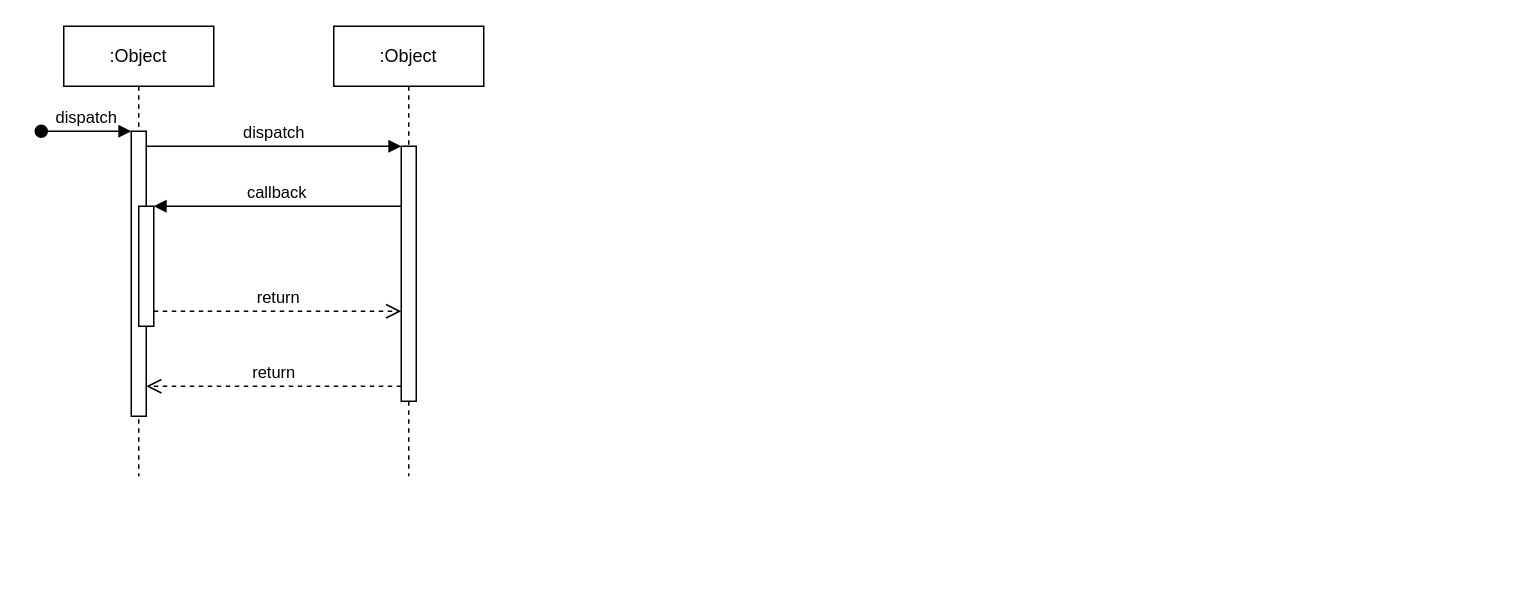
Earlier version of the draw.io diagram Diagrama.drawio (Claudinei-RDC/Ti). Source tidied: cells renumbered, new cells numbered last; positions are measured from the earlier drawing's top-left corner, leaving out a move shared by most shapes. Both pictures are drawn from the tidied source at 150%, with x=0, y=0 at pixel (40, 26).
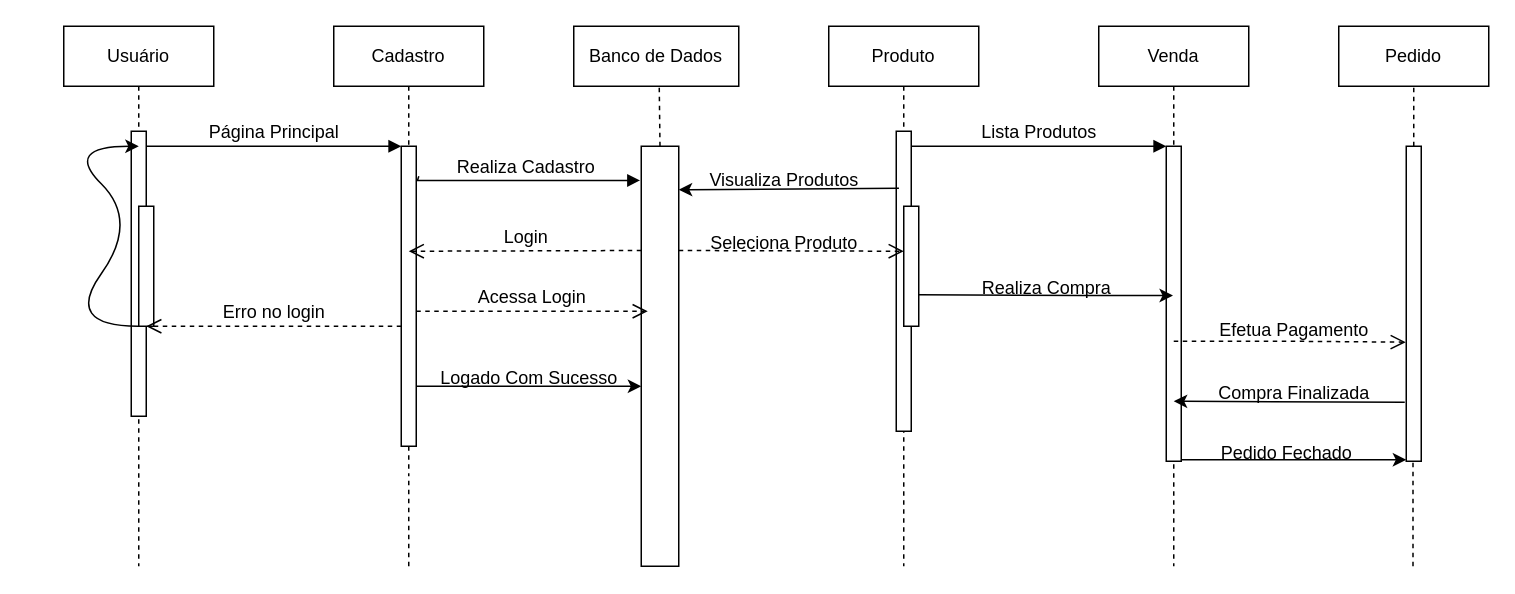
Above is the later version.

The change refers to these unchanged cells:
```xml
<mxCell id="3" style="html=1;points=[];perimeter=orthogonalPerimeter;outlineConnect=0;targetShapes=umlLifeline;portConstraint=eastwest;newEdgeStyle={&quot;edgeStyle&quot;:&quot;elbowEdgeStyle&quot;,&quot;elbow&quot;:&quot;vertical&quot;,&quot;curved&quot;:0,&quot;rounded&quot;:0};" parent="2" vertex="1">
  <mxGeometry x="45" y="70" width="10" height="190" as="geometry" />
</mxCell>
<mxCell id="5" style="html=1;points=[];perimeter=orthogonalPerimeter;outlineConnect=0;targetShapes=umlLifeline;portConstraint=eastwest;newEdgeStyle={&quot;edgeStyle&quot;:&quot;elbowEdgeStyle&quot;,&quot;elbow&quot;:&quot;vertical&quot;,&quot;curved&quot;:0,&quot;rounded&quot;:0};" parent="2" vertex="1">
  <mxGeometry x="50" y="120" width="10" height="80" as="geometry" />
</mxCell>
```

Change to the diagram source:
```diff
@@
-    <mxCell id="2" value=":Object" style="shape=umlLifeline;perimeter=lifelinePerimeter;whiteSpace=wrap;html=1;outlineConnect=0;portConstraint=eastwest;newEdgeStyle={&quot;edgeStyle&quot;:&quot;elbowEdgeStyle&quot;,&quot;elbow&quot;:&quot;vertical&quot;,&quot;curved&quot;:0,&quot;rounded&quot;:0};" parent="1" vertex="1">
-      <mxGeometry x="15" width="100" height="300" as="geometry" />
+    <mxCell id="2" value="Usuário" style="shape=umlLifeline;perimeter=lifelinePerimeter;whiteSpace=wrap;html=1;outlineConnect=0;portConstraint=eastwest;newEdgeStyle={&quot;edgeStyle&quot;:&quot;elbowEdgeStyle&quot;,&quot;elbow&quot;:&quot;vertical&quot;,&quot;curved&quot;:0,&quot;rounded&quot;:0};" parent="1" vertex="1">
+      <mxGeometry x="15" width="100" height="360" as="geometry" />
     </mxCell>
@@
-    <mxCell id="4" value="dispatch" style="html=1;verticalAlign=bottom;startArrow=oval;endArrow=block;startSize=8;edgeStyle=elbowEdgeStyle;elbow=vertical;curved=0;rounded=0;" parent="2" edge="1" target="3">
-      <mxGeometry relative="1" as="geometry">
-        <mxPoint x="-15" y="70" as="sourcePoint" />
-      </mxGeometry>
-    </mxCell>
@@
-    <mxCell id="6" value=":Object" style="shape=umlLifeline;perimeter=lifelinePerimeter;whiteSpace=wrap;html=1;newEdgeStyle={&quot;edgeStyle&quot;:&quot;elbowEdgeStyle&quot;,&quot;elbow&quot;:&quot;vertical&quot;,&quot;curved&quot;:0,&quot;rounded&quot;:0};" parent="1" vertex="1">
+    <mxCell id="6" value="Cadastro" style="shape=umlLifeline;perimeter=lifelinePerimeter;whiteSpace=wrap;html=1;newEdgeStyle={&quot;edgeStyle&quot;:&quot;elbowEdgeStyle&quot;,&quot;elbow&quot;:&quot;vertical&quot;,&quot;curved&quot;:0,&quot;rounded&quot;:0};" parent="1" vertex="1">
       <mxGeometry x="195" width="100" height="300" as="geometry" />
     </mxCell>
     <mxCell id="7" style="html=1;points=[];perimeter=orthogonalPerimeter;outlineConnect=0;targetShapes=umlLifeline;portConstraint=eastwest;newEdgeStyle={&quot;edgeStyle&quot;:&quot;elbowEdgeStyle&quot;,&quot;elbow&quot;:&quot;vertical&quot;,&quot;curved&quot;:0,&quot;rounded&quot;:0};" parent="6" vertex="1">
-      <mxGeometry x="45" y="80" width="10" height="170" as="geometry" />
+      <mxGeometry x="45" y="80" width="10" height="200" as="geometry" />
     </mxCell>
-    <mxCell id="8" value="dispatch" style="html=1;verticalAlign=bottom;endArrow=block;edgeStyle=elbowEdgeStyle;elbow=vertical;curved=0;rounded=0;" parent="1" edge="1" source="3" target="7">
+    <mxCell id="8" value="&lt;font style=&quot;vertical-align: inherit; font-size: 12px;&quot;&gt;Página Principal&lt;/font&gt;" style="html=1;verticalAlign=bottom;endArrow=block;edgeStyle=elbowEdgeStyle;elbow=vertical;curved=0;rounded=0;" parent="1" edge="1" source="3" target="7">
       <mxGeometry relative="1" as="geometry">
         <Array as="points">
           <mxPoint x="155" y="80" />
         </Array>
       </mxGeometry>
     </mxCell>
-    <mxCell id="9" value="return" style="html=1;verticalAlign=bottom;endArrow=open;dashed=1;endSize=8;edgeStyle=elbowEdgeStyle;elbow=vertical;curved=0;rounded=0;" parent="1" edge="1" source="7" target="3">
+    <mxCell id="9" value="&lt;font style=&quot;vertical-align: inherit; font-size: 12px;&quot;&gt;Erro no login&lt;/font&gt;" style="html=1;verticalAlign=bottom;endArrow=open;dashed=1;endSize=8;edgeStyle=elbowEdgeStyle;elbow=vertical;curved=0;rounded=0;" parent="1" edge="1">
       <mxGeometry relative="1" as="geometry">
+        <mxPoint x="240" y="200" as="sourcePoint" />
+        <mxPoint x="70" y="200" as="targetPoint" />
         <Array as="points">
-          <mxPoint x="165" y="240" />
+          <mxPoint x="165" y="200" />
         </Array>
       </mxGeometry>
     </mxCell>
-    <mxCell id="10" value="callback" style="html=1;verticalAlign=bottom;endArrow=block;edgeStyle=elbowEdgeStyle;elbow=vertical;curved=0;rounded=0;" parent="1" edge="1" source="7" target="5">
+    <mxCell id="10" value="&lt;font style=&quot;vertical-align: inherit; font-size: 12px;&quot;&gt;Realiza Cadastro&lt;/font&gt;" style="html=1;verticalAlign=bottom;endArrow=block;edgeStyle=elbowEdgeStyle;elbow=horizontal;curved=0;rounded=0;" parent="1" edge="1">
       <mxGeometry relative="1" as="geometry">
+        <mxPoint x="251.7" y="100" as="sourcePoint" />
+        <mxPoint x="399.2" y="102.8" as="targetPoint" />
         <Array as="points">
-          <mxPoint x="165" y="120" />
+          <mxPoint x="250.8" y="102.8" />
         </Array>
       </mxGeometry>
     </mxCell>
-    <mxCell id="11" value="return" style="html=1;verticalAlign=bottom;endArrow=open;dashed=1;endSize=8;edgeStyle=elbowEdgeStyle;elbow=vertical;curved=0;rounded=0;" parent="1" edge="1" source="5" target="7">
+    <mxCell id="11" value="&lt;font style=&quot;vertical-align: inherit; font-size: 12px;&quot;&gt;Login&lt;/font&gt;" style="html=1;verticalAlign=bottom;endArrow=open;dashed=1;endSize=8;edgeStyle=elbowEdgeStyle;elbow=vertical;curved=0;rounded=0;" parent="1" edge="1">
       <mxGeometry relative="1" as="geometry">
-        <Array as="points">
-          <mxPoint x="155" y="190" />
-        </Array>
+        <mxPoint x="400" y="149.5" as="sourcePoint" />
+        <mxPoint x="245" y="149.5" as="targetPoint" />
       </mxGeometry>
     </mxCell>
+    <mxCell id="12" value="Produto" style="shape=umlLifeline;perimeter=lifelinePerimeter;whiteSpace=wrap;html=1;newEdgeStyle={&quot;edgeStyle&quot;:&quot;elbowEdgeStyle&quot;,&quot;elbow&quot;:&quot;vertical&quot;,&quot;curved&quot;:0,&quot;rounded&quot;:0};" parent="1" vertex="1">
+      <mxGeometry x="525" width="100" height="360" as="geometry" />
+    </mxCell>
+    <mxCell id="13" style="html=1;points=[];perimeter=orthogonalPerimeter;outlineConnect=0;targetShapes=umlLifeline;portConstraint=eastwest;newEdgeStyle={&quot;edgeStyle&quot;:&quot;elbowEdgeStyle&quot;,&quot;elbow&quot;:&quot;vertical&quot;,&quot;curved&quot;:0,&quot;rounded&quot;:0};" parent="12" vertex="1">
+      <mxGeometry x="45" y="70" width="10" height="200" as="geometry" />
+    </mxCell>
+    <mxCell id="14" style="html=1;perimeter=orthogonalPerimeter;targetShapes=umlLifeline;newEdgeStyle={&quot;edgeStyle&quot;:&quot;elbowEdgeStyle&quot;,&quot;elbow&quot;:&quot;vertical&quot;,&quot;curved&quot;:0,&quot;rounded&quot;:0};" parent="12" vertex="1">
+      <mxGeometry x="50" y="120" width="10" height="80" as="geometry" />
+    </mxCell>
+    <mxCell id="15" value="Venda" style="shape=umlLifeline;perimeter=lifelinePerimeter;whiteSpace=wrap;html=1;newEdgeStyle={&quot;edgeStyle&quot;:&quot;elbowEdgeStyle&quot;,&quot;elbow&quot;:&quot;vertical&quot;,&quot;curved&quot;:0,&quot;rounded&quot;:0};" parent="1" vertex="1">
+      <mxGeometry x="705" width="100" height="360" as="geometry" />
+    </mxCell>
+    <mxCell id="16" style="html=1;points=[];perimeter=orthogonalPerimeter;outlineConnect=0;targetShapes=umlLifeline;portConstraint=eastwest;newEdgeStyle={&quot;edgeStyle&quot;:&quot;elbowEdgeStyle&quot;,&quot;elbow&quot;:&quot;vertical&quot;,&quot;curved&quot;:0,&quot;rounded&quot;:0};" parent="15" vertex="1">
+      <mxGeometry x="45" y="80" width="10" height="210" as="geometry" />
+    </mxCell>
+    <mxCell id="17" value="&lt;font style=&quot;vertical-align: inherit; font-size: 12px;&quot;&gt;Lista Produtos&lt;/font&gt;" style="html=1;verticalAlign=bottom;endArrow=block;edgeStyle=elbowEdgeStyle;elbow=vertical;curved=0;rounded=0;" parent="1" edge="1" source="13" target="16">
+      <mxGeometry relative="1" as="geometry">
+        <Array as="points">
+          <mxPoint x="665" y="80" />
+        </Array>
+      </mxGeometry>
+    </mxCell>
+    <mxCell id="18" style="html=1;verticalAlign=bottom;endArrow=open;dashed=1;endSize=8;edgeStyle=elbowEdgeStyle;elbow=horizontal;curved=0;rounded=0;entryX=0.622;entryY=1.033;entryDx=0;entryDy=0;entryPerimeter=0;" parent="1" edge="1" target="36">
+      <mxGeometry x="-1" y="-87" relative="1" as="geometry">
+        <mxPoint x="755" y="210" as="sourcePoint" />
+        <mxPoint x="85" y="68" as="offset" />
+      </mxGeometry>
+    </mxCell>
+    <mxCell id="19" style="endArrow=none;dashed=1;html=1;rounded=0;" parent="1" edge="1">
+      <mxGeometry relative="1" as="geometry">
+        <mxPoint x="245" y="360" as="sourcePoint" />
+        <mxPoint x="245" y="300" as="targetPoint" />
+      </mxGeometry>
+    </mxCell>
+    <mxCell id="20" value="Banco de Dados" style="rounded=0;whiteSpace=wrap;html=1;" parent="1" vertex="1">
+      <mxGeometry x="355" width="110" height="40" as="geometry" />
+    </mxCell>
+    <mxCell id="21" style="rounded=0;whiteSpace=wrap;html=1;direction=south;" parent="1" vertex="1">
+      <mxGeometry x="400" y="80" width="25" height="280" as="geometry" />
+    </mxCell>
+    <mxCell id="22" style="endArrow=none;dashed=1;html=1;rounded=0;" parent="1" edge="1">
+      <mxGeometry relative="1" as="geometry">
+        <mxPoint x="412.5" y="80" as="sourcePoint" />
+        <mxPoint x="412" y="40" as="targetPoint" />
+      </mxGeometry>
+    </mxCell>
+    <mxCell id="23" style="endArrow=classic;html=1;rounded=0;" parent="1" edge="1">
+      <mxGeometry relative="1" as="geometry">
+        <mxPoint x="571.8" y="108" as="sourcePoint" />
+        <mxPoint x="425" y="109" as="targetPoint" />
+      </mxGeometry>
+    </mxCell>
+    <mxCell id="24" style="endArrow=classic;html=1;rounded=0;" parent="1" edge="1">
+      <mxGeometry relative="1" as="geometry">
+        <mxPoint x="250" y="240" as="sourcePoint" />
+        <mxPoint x="400" y="240" as="targetPoint" />
+      </mxGeometry>
+    </mxCell>
+    <mxCell id="25" value="Logado Com Sucesso" style="text;html=1;align=center;verticalAlign=middle;strokeColor=none;fillColor=none;" parent="1" vertex="1">
+      <mxGeometry x="255" y="220" width="140" height="30" as="geometry" />
+    </mxCell>
+    <mxCell id="26" style="html=1;verticalAlign=bottom;endArrow=open;dashed=1;endSize=8;edgeStyle=elbowEdgeStyle;elbow=vertical;curved=0;rounded=0;" parent="1" edge="1">
+      <mxGeometry relative="1" as="geometry">
+        <mxPoint x="425" y="149.5" as="sourcePoint" />
+        <mxPoint x="575" y="150" as="targetPoint" />
+      </mxGeometry>
+    </mxCell>
+    <mxCell id="27" style="endArrow=classic;html=1;rounded=0;" parent="1" edge="1">
+      <mxGeometry relative="1" as="geometry">
+        <mxPoint x="585" y="179" as="sourcePoint" />
+        <mxPoint x="754.5" y="179.5" as="targetPoint" />
+        <Array as="points">
+          <mxPoint x="695" y="179.5" />
+        </Array>
+      </mxGeometry>
+    </mxCell>
+    <mxCell id="28" value="Realiza Compra" style="text;html=1;align=center;verticalAlign=middle;strokeColor=none;fillColor=none;" parent="1" vertex="1">
+      <mxGeometry x="615" y="160" width="110" height="30" as="geometry" />
+    </mxCell>
+    <mxCell id="29" style="curved=1;endArrow=classic;html=1;rounded=0;" parent="1" edge="1" source="2">
+      <mxGeometry relative="1" as="geometry">
+        <mxPoint x="65" y="80" as="targetPoint" />
+        <Array as="points">
+          <mxPoint x="15" y="200" />
+          <mxPoint x="65" y="130" />
+          <mxPoint x="15" y="80" />
+        </Array>
+      </mxGeometry>
+    </mxCell>
+    <mxCell id="30" value="Seleciona Produto" style="text;html=1;align=center;verticalAlign=middle;strokeColor=none;fillColor=none;" parent="1" vertex="1">
+      <mxGeometry x="435" y="130" width="120" height="30" as="geometry" />
+    </mxCell>
+    <mxCell id="31" value="&lt;font style=&quot;vertical-align: inherit; font-size: 12px;&quot;&gt;Acessa Login&lt;/font&gt;" style="html=1;verticalAlign=bottom;endArrow=open;dashed=1;endSize=8;edgeStyle=elbowEdgeStyle;elbow=vertical;curved=0;rounded=0;entryX=0.393;entryY=0.827;entryDx=0;entryDy=0;entryPerimeter=0;" parent="1" edge="1" source="7" target="21">
+      <mxGeometry relative="1" as="geometry" />
+    </mxCell>
+    <mxCell id="32" value="Visualiza Produtos" style="text;html=1;align=center;verticalAlign=middle;strokeColor=none;fillColor=none;" parent="1" vertex="1">
+      <mxGeometry x="435" y="88" width="120" height="30" as="geometry" />
+    </mxCell>
+    <mxCell id="33" style="endArrow=classic;html=1;rounded=0;exitX=0.813;exitY=1.1;exitDx=0;exitDy=0;exitPerimeter=0;" parent="1" edge="1" source="36">
+      <mxGeometry relative="1" as="geometry">
+        <mxPoint x="755" y="250" as="targetPoint" />
+      </mxGeometry>
+    </mxCell>
+    <mxCell id="34" value="Compra Finalizada" style="text;html=1;align=center;verticalAlign=middle;strokeColor=none;fillColor=none;" parent="1" vertex="1">
+      <mxGeometry x="775" y="230" width="120" height="30" as="geometry" />
+    </mxCell>
+    <mxCell id="35" value="Pedido" style="rounded=0;whiteSpace=wrap;html=1;" parent="1" vertex="1">
+      <mxGeometry x="865" width="100" height="40" as="geometry" />
+    </mxCell>
+    <mxCell id="36" style="rounded=0;whiteSpace=wrap;html=1;direction=south;" parent="1" vertex="1">
+      <mxGeometry x="910" y="80" width="10" height="210" as="geometry" />
+    </mxCell>
+    <mxCell id="37" style="endArrow=none;dashed=1;html=1;rounded=0;" parent="1" edge="1">
+      <mxGeometry relative="1" as="geometry">
+        <mxPoint x="915" y="80" as="sourcePoint" />
+        <mxPoint x="915" y="40" as="targetPoint" />
+      </mxGeometry>
+    </mxCell>
+    <mxCell id="38" style="endArrow=classic;html=1;rounded=0;" parent="1" edge="1">
+      <mxGeometry relative="1" as="geometry">
+        <mxPoint x="760" y="289" as="sourcePoint" />
+        <mxPoint x="910" y="289" as="targetPoint" />
+      </mxGeometry>
+    </mxCell>
+    <mxCell id="39" value="Pedido Fechado" style="text;html=1;align=center;verticalAlign=middle;strokeColor=none;fillColor=none;" parent="1" vertex="1">
+      <mxGeometry x="775" y="270" width="110" height="30" as="geometry" />
+    </mxCell>
+    <mxCell id="40" style="endArrow=none;dashed=1;html=1;rounded=0;" parent="1" edge="1">
+      <mxGeometry relative="1" as="geometry">
+        <mxPoint x="914.5" y="360" as="sourcePoint" />
+        <mxPoint x="914.5" y="290" as="targetPoint" />
+      </mxGeometry>
+    </mxCell>
+    <mxCell id="41" value="Efetua Pagamento" style="text;html=1;align=center;verticalAlign=middle;strokeColor=none;fillColor=none;" parent="1" vertex="1">
+      <mxGeometry x="775" y="188" width="120" height="30" as="geometry" />
+    </mxCell>
```
